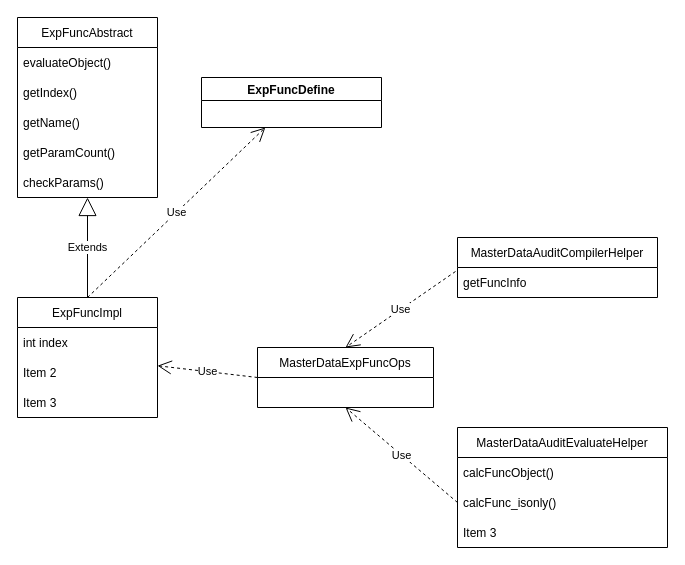
NyarAlex/blog keeps this draw.io diagram as 251-唯一性类图.drawio. Above is the earlier version. Source tidied: cells renumbered, new cells numbered last; positions are measured from the earlier drawing's top-left corner, leaving out a move shared by most shapes. Both pictures are drawn from the tidied source at 100%, with x=0, y=0 at pixel (17, 17).
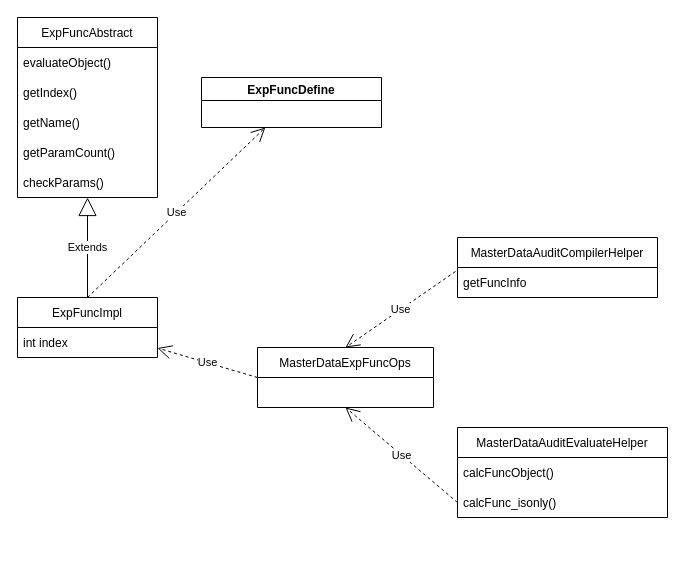
The same diagram, later.

Commit message (it also covers changes not shown here):
更新251-唯一性类图.drawio

What changed in the source:
```diff
@@
     <mxCell id="2" value="ExpFuncImpl" style="swimlane;fontStyle=0;horizontal=1;startSize=30;" parent="1" vertex="1">
-      <mxGeometry y="280" width="140" height="120" as="geometry" />
+      <mxGeometry y="280" width="140" height="60" as="geometry" />
     </mxCell>
@@
-    <mxCell id="4" value="Item 2" style="text;strokeColor=none;fillColor=none;align=left;verticalAlign=middle;spacingLeft=4;spacingRight=4;overflow=hidden;" parent="2" vertex="1">
-      <mxGeometry y="60" width="140" height="30" as="geometry" />
-    </mxCell>
-    <mxCell id="5" value="Item 3" style="text;strokeColor=none;fillColor=none;align=left;verticalAlign=middle;spacingLeft=4;spacingRight=4;overflow=hidden;" parent="2" vertex="1">
-      <mxGeometry y="90" width="140" height="30" as="geometry" />
-    </mxCell>
@@
     <mxCell id="20" value="MasterDataAuditEvaluateHelper" style="swimlane;fontStyle=0;horizontal=1;startSize=30;" parent="1" vertex="1">
-      <mxGeometry x="440" y="410" width="210" height="120" as="geometry" />
+      <mxGeometry x="440" y="410" width="210" height="90" as="geometry" />
     </mxCell>
@@
-    <mxCell id="23" value="Item 3" style="text;strokeColor=none;fillColor=none;align=left;verticalAlign=middle;spacingLeft=4;spacingRight=4;overflow=hidden;" parent="20" vertex="1">
-      <mxGeometry y="90" width="210" height="30" as="geometry" />
-    </mxCell>
```
